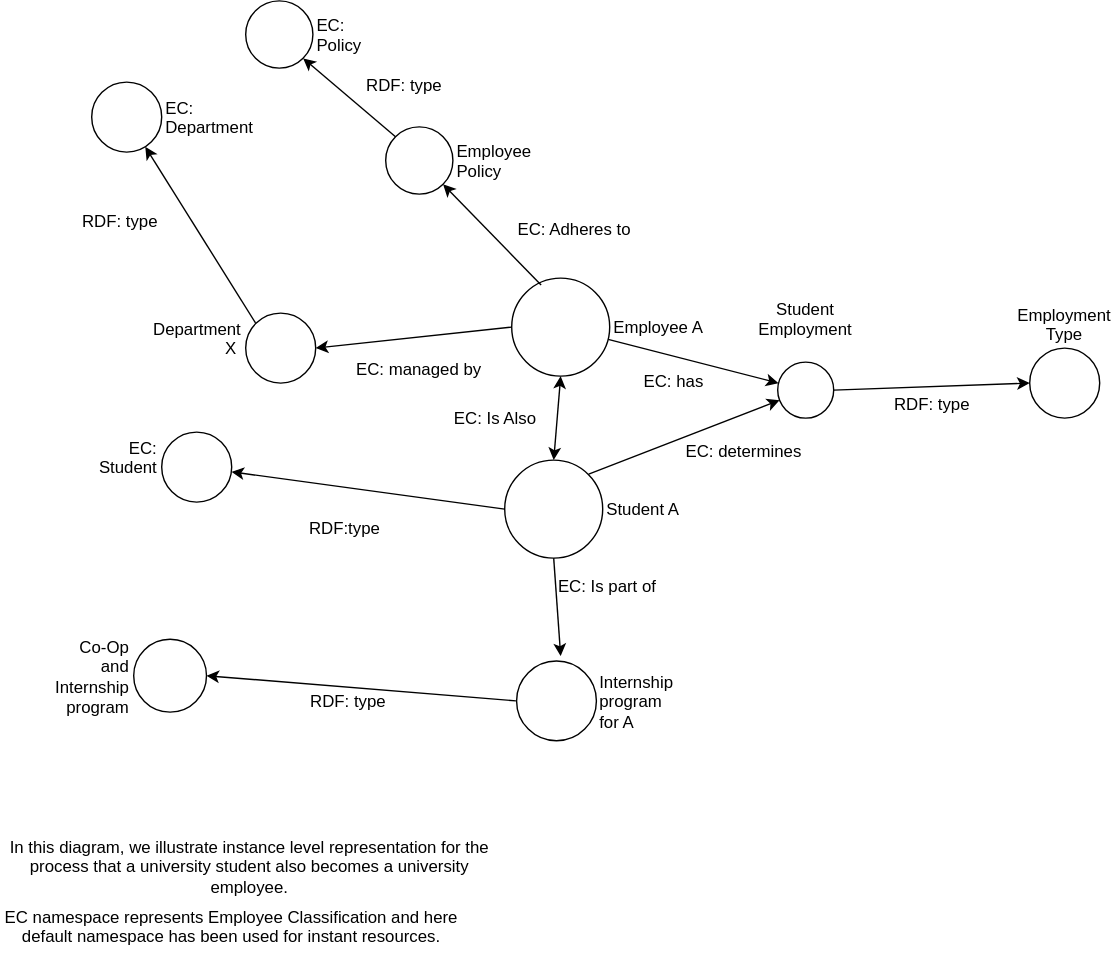
Earlier version of the draw.io export Group 3 - RDF.svg (IS561/EmploymentClassification). Source tidied: cells renumbered, new cells last; positions are measured from the earlier drawing's top-left corner, leaving out a move shared by most shapes. Its diagram source:
```xml
<mxGraphModel>
  <root>
    <mxCell id="0" />
    <mxCell id="1" parent="0" />
    <mxCell id="2" value="Employee A" style="ellipse;whiteSpace=wrap;html=1;labelPosition=right;verticalLabelPosition=middle;align=left;verticalAlign=middle;" parent="1" vertex="1">
      <mxGeometry x="365" y="198" width="70" height="70" as="geometry" />
    </mxCell>
    <mxCell id="3" style="endArrow=classic;html=1;exitX=0.295;exitY=0.067;exitDx=0;exitDy=0;exitPerimeter=0;entryX=1;entryY=1;entryDx=0;entryDy=0;" parent="1" edge="1" source="2" target="5">
      <mxGeometry relative="1" as="geometry" />
    </mxCell>
    <mxCell id="4" value="EC: Adheres to" style="text;html=1;strokeColor=none;fillColor=none;align=center;verticalAlign=middle;whiteSpace=wrap;rounded=0;rotation=0;direction=west;" parent="1" vertex="1">
      <mxGeometry x="364" y="147" width="91" height="32" as="geometry" />
    </mxCell>
    <mxCell id="5" value="Employee Policy&lt;br&gt;" style="ellipse;whiteSpace=wrap;html=1;labelPosition=right;verticalLabelPosition=middle;align=left;verticalAlign=middle;" parent="1" vertex="1">
      <mxGeometry x="275" y="90" width="48" height="48" as="geometry" />
    </mxCell>
    <mxCell id="6" value="Department X&amp;nbsp;&lt;br&gt;&lt;br&gt;" style="ellipse;whiteSpace=wrap;html=1;labelPosition=left;verticalLabelPosition=middle;align=right;verticalAlign=middle;" parent="1" vertex="1">
      <mxGeometry x="175" y="223" width="50" height="50" as="geometry" />
    </mxCell>
    <mxCell id="7" style="endArrow=classic;html=1;exitX=0;exitY=0.5;exitDx=0;exitDy=0;entryX=1;entryY=0.5;entryDx=0;entryDy=0;" parent="1" edge="1" source="2" target="6">
      <mxGeometry relative="1" as="geometry" />
    </mxCell>
    <mxCell id="8" value="EC: Department&lt;br&gt;" style="ellipse;whiteSpace=wrap;html=1;labelPosition=right;verticalLabelPosition=middle;align=left;verticalAlign=middle;rotation=0;" parent="1" vertex="1">
      <mxGeometry x="65" y="58" width="50" height="50" as="geometry" />
    </mxCell>
    <mxCell id="9" style="endArrow=classic;html=1;exitX=0;exitY=0;exitDx=0;exitDy=0;" parent="1" edge="1" source="6" target="8">
      <mxGeometry relative="1" as="geometry" />
    </mxCell>
    <mxCell id="10" value="RDF: type" style="text;html=1;strokeColor=none;fillColor=none;align=center;verticalAlign=middle;whiteSpace=wrap;rounded=0;rotation=0;" parent="1" vertex="1">
      <mxGeometry x="55" y="147" width="60" height="20" as="geometry" />
    </mxCell>
    <mxCell id="11" value="EC: managed by" style="text;html=1;strokeColor=none;fillColor=none;align=center;verticalAlign=middle;whiteSpace=wrap;rounded=0;" parent="1" vertex="1">
      <mxGeometry x="249" y="253" width="100" height="20" as="geometry" />
    </mxCell>
    <mxCell id="12" style="endArrow=classic;html=1;exitX=0;exitY=0;exitDx=0;exitDy=0;entryX=1;entryY=1;entryDx=0;entryDy=0;" parent="1" edge="1" source="5" target="13">
      <mxGeometry relative="1" as="geometry" />
    </mxCell>
    <mxCell id="13" value="EC: Policy&lt;br&gt;" style="ellipse;whiteSpace=wrap;html=1;labelPosition=right;verticalLabelPosition=middle;align=left;verticalAlign=middle;" parent="1" vertex="1">
      <mxGeometry x="175" width="48" height="48" as="geometry" />
    </mxCell>
    <mxCell id="14" value="RDF: type&lt;br&gt;" style="text;html=1;strokeColor=none;fillColor=none;align=center;verticalAlign=middle;whiteSpace=wrap;rounded=0;rotation=0;direction=west;" parent="1" vertex="1">
      <mxGeometry x="253" y="50" width="70" height="20" as="geometry" />
    </mxCell>
    <mxCell id="15" value="Student A" style="ellipse;whiteSpace=wrap;html=1;labelPosition=right;verticalLabelPosition=middle;align=left;verticalAlign=middle;" parent="1" vertex="1">
      <mxGeometry x="360" y="328" width="70" height="70" as="geometry" />
    </mxCell>
    <mxCell id="16" value="EC: Is Also&lt;br&gt;" style="text;html=1;strokeColor=none;fillColor=none;align=center;verticalAlign=middle;whiteSpace=wrap;rounded=0;rotation=0;" parent="1" vertex="1">
      <mxGeometry x="315" y="288" width="75" height="20" as="geometry" />
    </mxCell>
    <mxCell id="17" style="endArrow=classic;html=1;exitX=0;exitY=0.5;exitDx=0;exitDy=0;" parent="1" edge="1" source="15" target="18">
      <mxGeometry relative="1" as="geometry" />
    </mxCell>
    <mxCell id="18" value="EC: Student&lt;br&gt;&lt;br&gt;" style="ellipse;whiteSpace=wrap;html=1;labelPosition=left;verticalLabelPosition=middle;align=right;verticalAlign=middle;" parent="1" vertex="1">
      <mxGeometry x="115" y="308" width="50" height="50" as="geometry" />
    </mxCell>
    <mxCell id="19" value="RDF:type" style="text;html=1;strokeColor=none;fillColor=none;align=center;verticalAlign=middle;whiteSpace=wrap;rounded=0;rotation=0;" parent="1" vertex="1">
      <mxGeometry x="225" y="366" width="40" height="20" as="geometry" />
    </mxCell>
    <mxCell id="20" value="Student Employment&lt;br&gt;&lt;br&gt;" style="ellipse;whiteSpace=wrap;html=1;labelPosition=center;verticalLabelPosition=top;align=center;verticalAlign=bottom;" parent="1" vertex="1">
      <mxGeometry x="555" y="258" width="40" height="40" as="geometry" />
    </mxCell>
    <mxCell id="21" style="endArrow=classic;html=1;" parent="1" edge="1" source="2" target="20">
      <mxGeometry relative="1" as="geometry" />
    </mxCell>
    <mxCell id="22" style="endArrow=classic;html=1;exitX=1;exitY=0;exitDx=0;exitDy=0;" parent="1" edge="1" source="15" target="20">
      <mxGeometry relative="1" as="geometry" />
    </mxCell>
    <mxCell id="23" value="EC: has&lt;br&gt;&lt;br&gt;" style="text;html=1;strokeColor=none;fillColor=none;align=center;verticalAlign=middle;whiteSpace=wrap;rounded=0;rotation=0;direction=west;" parent="1" vertex="1">
      <mxGeometry x="445" y="268" width="70" height="20" as="geometry" />
    </mxCell>
    <mxCell id="24" value="Employment Type" style="ellipse;whiteSpace=wrap;html=1;labelPosition=center;verticalLabelPosition=top;align=center;verticalAlign=bottom;" parent="1" vertex="1">
      <mxGeometry x="735" y="248" width="50" height="50" as="geometry" />
    </mxCell>
    <mxCell id="25" style="endArrow=classic;html=1;exitX=1;exitY=0.5;exitDx=0;exitDy=0;entryX=0;entryY=0.5;entryDx=0;entryDy=0;" parent="1" edge="1" source="20" target="24">
      <mxGeometry relative="1" as="geometry" />
    </mxCell>
    <mxCell id="26" value="RDF: type" style="text;html=1;strokeColor=none;fillColor=none;align=center;verticalAlign=middle;whiteSpace=wrap;rounded=0;" parent="1" vertex="1">
      <mxGeometry x="635" y="278" width="60" height="20" as="geometry" />
    </mxCell>
    <mxCell id="27" style="endArrow=classic;startArrow=classic;html=1;exitX=0.5;exitY=0;exitDx=0;exitDy=0;entryX=0.5;entryY=1;entryDx=0;entryDy=0;" parent="1" edge="1" source="15" target="2">
      <mxGeometry relative="1" as="geometry" />
    </mxCell>
    <mxCell id="28" value="Internship program for A&lt;br&gt;" style="ellipse;whiteSpace=wrap;html=1;labelPosition=right;verticalLabelPosition=middle;align=left;verticalAlign=middle;" parent="1" vertex="1">
      <mxGeometry x="368" y="471" width="57" height="57" as="geometry" />
    </mxCell>
    <mxCell id="29" style="endArrow=classic;html=1;exitX=0.5;exitY=1;exitDx=0;exitDy=0;" parent="1" edge="1" source="15">
      <mxGeometry relative="1" as="geometry">
        <mxPoint x="400" y="468" as="targetPoint" />
      </mxGeometry>
    </mxCell>
    <mxCell id="30" value="EC: Is part of" style="text;html=1;strokeColor=none;fillColor=none;align=center;verticalAlign=middle;whiteSpace=wrap;rounded=0;" parent="1" vertex="1">
      <mxGeometry x="377.5" y="408" width="110" height="20" as="geometry" />
    </mxCell>
    <mxCell id="31" value="Co-Op and Internship program&lt;br&gt;" style="ellipse;whiteSpace=wrap;html=1;labelPosition=left;verticalLabelPosition=middle;align=right;verticalAlign=middle;" parent="1" vertex="1">
      <mxGeometry x="95" y="456" width="52" height="52" as="geometry" />
    </mxCell>
    <mxCell id="32" style="endArrow=classic;html=1;exitX=0;exitY=0.5;exitDx=0;exitDy=0;entryX=1;entryY=0.5;entryDx=0;entryDy=0;" parent="1" edge="1" source="28" target="31">
      <mxGeometry relative="1" as="geometry" />
    </mxCell>
    <mxCell id="33" value="RDF: type" style="text;html=1;strokeColor=none;fillColor=none;align=center;verticalAlign=middle;whiteSpace=wrap;rounded=0;" parent="1" vertex="1">
      <mxGeometry x="208" y="489.5" width="80" height="20" as="geometry" />
    </mxCell>
    <mxCell id="34" value="EC namespace represents Employee Classification and here default namespace has been used for instant resources.&lt;br&gt;&lt;br&gt;" style="text;html=1;strokeColor=none;fillColor=none;align=center;verticalAlign=middle;whiteSpace=wrap;rounded=0;" parent="1" vertex="1">
      <mxGeometry y="658" width="330" height="20" as="geometry" />
    </mxCell>
    <mxCell id="35" value="In this diagram, we illustrate instance level representation for the process that a university student also becomes a university employee.&lt;br&gt;" style="text;html=1;strokeColor=none;fillColor=none;align=center;verticalAlign=middle;whiteSpace=wrap;rounded=0;" parent="1" vertex="1">
      <mxGeometry x="2.5" y="578" width="350" height="80" as="geometry" />
    </mxCell>
    <mxCell id="36" value="EC: determines&lt;br&gt;&lt;br&gt;" style="text;html=1;strokeColor=none;fillColor=none;align=center;verticalAlign=middle;whiteSpace=wrap;rounded=0;" parent="1" vertex="1">
      <mxGeometry x="480" y="318" width="100" height="20" as="geometry" />
    </mxCell>
    <mxCell id="37" style="edgeStyle=orthogonalEdgeStyle;rounded=0;html=1;exitX=0.5;exitY=0;exitDx=0;exitDy=0;jettySize=auto;orthogonalLoop=1;" parent="1" edge="1" source="14" target="14">
      <mxGeometry relative="1" as="geometry" />
    </mxCell>
  </root>
</mxGraphModel>
```
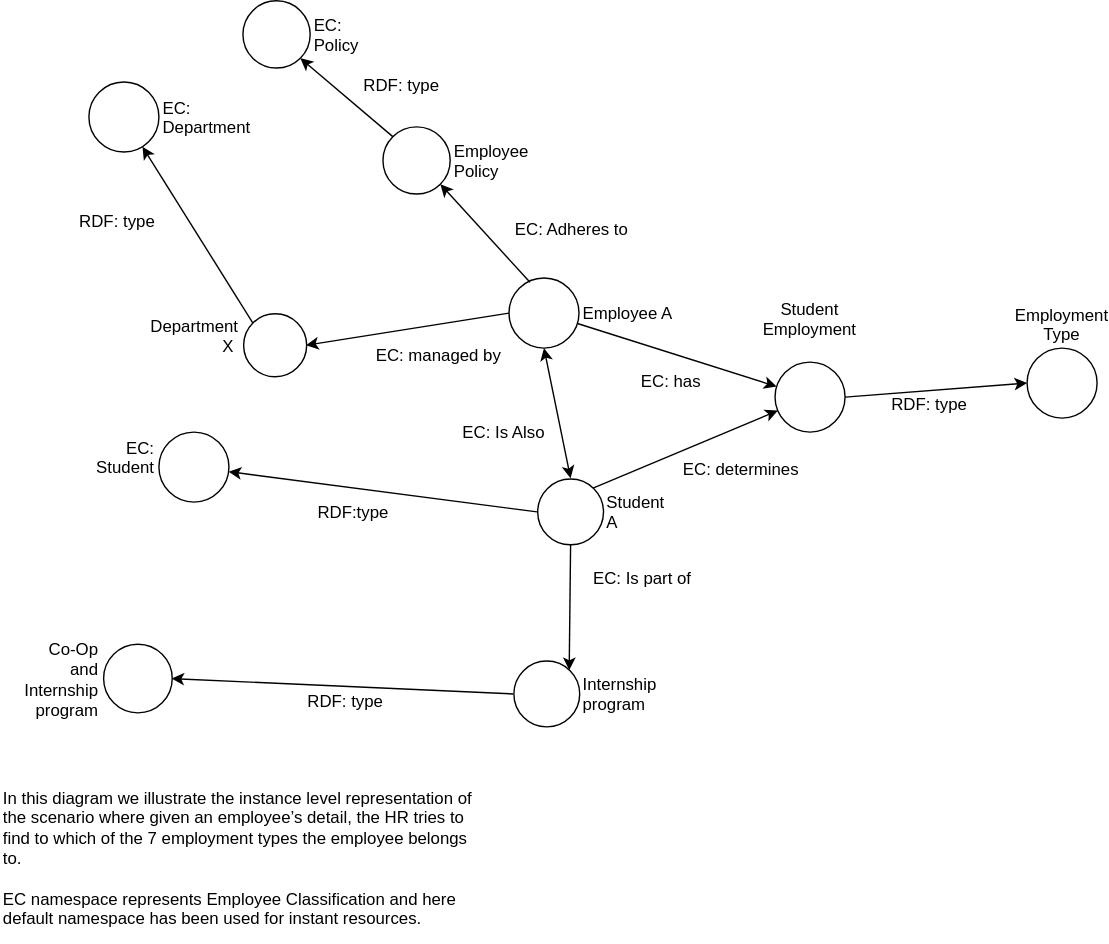
Later version of the same file.

Diff of the diagram source:
```diff
@@ -2,8 +2,8 @@
   <root>
     <mxCell id="0" />
     <mxCell id="1" parent="0" />
-    <mxCell id="2" value="Employee A" style="ellipse;whiteSpace=wrap;html=1;labelPosition=right;verticalLabelPosition=middle;align=left;verticalAlign=middle;" parent="1" vertex="1">
-      <mxGeometry x="365" y="198" width="70" height="70" as="geometry" />
+    <mxCell id="2" value="Employee A" style="ellipse;html=1;labelPosition=right;verticalLabelPosition=middle;align=left;verticalAlign=middle;" parent="1" vertex="1">
+      <mxGeometry x="365" y="198" width="50" height="50" as="geometry" />
     </mxCell>
     <mxCell id="3" style="endArrow=classic;html=1;exitX=0.295;exitY=0.067;exitDx=0;exitDy=0;exitPerimeter=0;entryX=1;entryY=1;entryDx=0;entryDy=0;" parent="1" edge="1" source="2" target="5">
       <mxGeometry relative="1" as="geometry" />
@@ -15,7 +15,7 @@
       <mxGeometry x="275" y="90" width="48" height="48" as="geometry" />
     </mxCell>
     <mxCell id="6" value="Department X&amp;nbsp;&lt;br&gt;&lt;br&gt;" style="ellipse;whiteSpace=wrap;html=1;labelPosition=left;verticalLabelPosition=middle;align=right;verticalAlign=middle;" parent="1" vertex="1">
-      <mxGeometry x="175" y="223" width="50" height="50" as="geometry" />
+      <mxGeometry x="175" y="223" width="45" height="45" as="geometry" />
     </mxCell>
     <mxCell id="7" style="endArrow=classic;html=1;exitX=0;exitY=0.5;exitDx=0;exitDy=0;entryX=1;entryY=0.5;entryDx=0;entryDy=0;" parent="1" edge="1" source="2" target="6">
       <mxGeometry relative="1" as="geometry" />
@@ -30,7 +30,7 @@
       <mxGeometry x="55" y="147" width="60" height="20" as="geometry" />
     </mxCell>
     <mxCell id="11" value="EC: managed by" style="text;html=1;strokeColor=none;fillColor=none;align=center;verticalAlign=middle;whiteSpace=wrap;rounded=0;" parent="1" vertex="1">
-      <mxGeometry x="249" y="253" width="100" height="20" as="geometry" />
+      <mxGeometry x="265" y="243" width="100" height="20" as="geometry" />
     </mxCell>
     <mxCell id="12" style="endArrow=classic;html=1;exitX=0;exitY=0;exitDx=0;exitDy=0;entryX=1;entryY=1;entryDx=0;entryDy=0;" parent="1" edge="1" source="5" target="13">
       <mxGeometry relative="1" as="geometry" />
@@ -42,10 +42,10 @@
       <mxGeometry x="253" y="50" width="70" height="20" as="geometry" />
     </mxCell>
     <mxCell id="15" value="Student A" style="ellipse;whiteSpace=wrap;html=1;labelPosition=right;verticalLabelPosition=middle;align=left;verticalAlign=middle;" parent="1" vertex="1">
-      <mxGeometry x="360" y="328" width="70" height="70" as="geometry" />
+      <mxGeometry x="385" y="341" width="47" height="47" as="geometry" />
     </mxCell>
     <mxCell id="16" value="EC: Is Also&lt;br&gt;" style="text;html=1;strokeColor=none;fillColor=none;align=center;verticalAlign=middle;whiteSpace=wrap;rounded=0;rotation=0;" parent="1" vertex="1">
-      <mxGeometry x="315" y="288" width="75" height="20" as="geometry" />
+      <mxGeometry x="322.5" y="298" width="75" height="20" as="geometry" />
     </mxCell>
     <mxCell id="17" style="endArrow=classic;html=1;exitX=0;exitY=0.5;exitDx=0;exitDy=0;" parent="1" edge="1" source="15" target="18">
       <mxGeometry relative="1" as="geometry" />
@@ -54,10 +54,10 @@
       <mxGeometry x="115" y="308" width="50" height="50" as="geometry" />
     </mxCell>
     <mxCell id="19" value="RDF:type" style="text;html=1;strokeColor=none;fillColor=none;align=center;verticalAlign=middle;whiteSpace=wrap;rounded=0;rotation=0;" parent="1" vertex="1">
-      <mxGeometry x="225" y="366" width="40" height="20" as="geometry" />
+      <mxGeometry x="233" y="354.5" width="40" height="20" as="geometry" />
     </mxCell>
     <mxCell id="20" value="Student Employment&lt;br&gt;&lt;br&gt;" style="ellipse;whiteSpace=wrap;html=1;labelPosition=center;verticalLabelPosition=top;align=center;verticalAlign=bottom;" parent="1" vertex="1">
-      <mxGeometry x="555" y="258" width="40" height="40" as="geometry" />
+      <mxGeometry x="555" y="258" width="50" height="50" as="geometry" />
     </mxCell>
     <mxCell id="21" style="endArrow=classic;html=1;" parent="1" edge="1" source="2" target="20">
       <mxGeometry relative="1" as="geometry" />
@@ -80,19 +80,17 @@
     <mxCell id="27" style="endArrow=classic;startArrow=classic;html=1;exitX=0.5;exitY=0;exitDx=0;exitDy=0;entryX=0.5;entryY=1;entryDx=0;entryDy=0;" parent="1" edge="1" source="15" target="2">
       <mxGeometry relative="1" as="geometry" />
     </mxCell>
-    <mxCell id="28" value="Internship program for A&lt;br&gt;" style="ellipse;whiteSpace=wrap;html=1;labelPosition=right;verticalLabelPosition=middle;align=left;verticalAlign=middle;" parent="1" vertex="1">
-      <mxGeometry x="368" y="471" width="57" height="57" as="geometry" />
+    <mxCell id="28" value="Internship program&lt;br&gt;" style="ellipse;whiteSpace=wrap;html=1;labelPosition=right;verticalLabelPosition=middle;align=left;verticalAlign=middle;" parent="1" vertex="1">
+      <mxGeometry x="368" y="471" width="47" height="47" as="geometry" />
     </mxCell>
-    <mxCell id="29" style="endArrow=classic;html=1;exitX=0.5;exitY=1;exitDx=0;exitDy=0;" parent="1" edge="1" source="15">
-      <mxGeometry relative="1" as="geometry">
-        <mxPoint x="400" y="468" as="targetPoint" />
-      </mxGeometry>
+    <mxCell id="29" style="endArrow=classic;html=1;exitX=0.5;exitY=1;exitDx=0;exitDy=0;entryX=1;entryY=0;entryDx=0;entryDy=0;" parent="1" edge="1" source="15" target="28">
+      <mxGeometry relative="1" as="geometry" />
     </mxCell>
     <mxCell id="30" value="EC: Is part of" style="text;html=1;strokeColor=none;fillColor=none;align=center;verticalAlign=middle;whiteSpace=wrap;rounded=0;" parent="1" vertex="1">
-      <mxGeometry x="377.5" y="408" width="110" height="20" as="geometry" />
+      <mxGeometry x="405" y="401.5" width="110" height="20" as="geometry" />
     </mxCell>
     <mxCell id="31" value="Co-Op and Internship program&lt;br&gt;" style="ellipse;whiteSpace=wrap;html=1;labelPosition=left;verticalLabelPosition=middle;align=right;verticalAlign=middle;" parent="1" vertex="1">
-      <mxGeometry x="95" y="456" width="52" height="52" as="geometry" />
+      <mxGeometry x="75" y="459" width="49" height="49" as="geometry" />
     </mxCell>
     <mxCell id="32" style="endArrow=classic;html=1;exitX=0;exitY=0.5;exitDx=0;exitDy=0;entryX=1;entryY=0.5;entryDx=0;entryDy=0;" parent="1" edge="1" source="28" target="31">
       <mxGeometry relative="1" as="geometry" />
@@ -100,14 +98,11 @@
     <mxCell id="33" value="RDF: type" style="text;html=1;strokeColor=none;fillColor=none;align=center;verticalAlign=middle;whiteSpace=wrap;rounded=0;" parent="1" vertex="1">
       <mxGeometry x="208" y="489.5" width="80" height="20" as="geometry" />
     </mxCell>
-    <mxCell id="34" value="EC namespace represents Employee Classification and here default namespace has been used for instant resources.&lt;br&gt;&lt;br&gt;" style="text;html=1;strokeColor=none;fillColor=none;align=center;verticalAlign=middle;whiteSpace=wrap;rounded=0;" parent="1" vertex="1">
-      <mxGeometry y="658" width="330" height="20" as="geometry" />
-    </mxCell>
-    <mxCell id="35" value="In this diagram, we illustrate instance level representation for the process that a university student also becomes a university employee.&lt;br&gt;" style="text;html=1;strokeColor=none;fillColor=none;align=center;verticalAlign=middle;whiteSpace=wrap;rounded=0;" parent="1" vertex="1">
+    <mxCell id="35" value="&lt;div style=&quot;text-align: left&quot;&gt;&lt;span&gt;In this diagram we illustrate the instance level representation of the scenario where given an employee’s detail, the HR tries to find to which of the 7 employment types the employee belongs to.&lt;/span&gt;&lt;/div&gt;&lt;div style=&quot;text-align: left&quot;&gt;&lt;span&gt;&lt;br&gt;&lt;/span&gt;&lt;/div&gt;&lt;div style=&quot;text-align: left&quot;&gt;&lt;div&gt;EC namespace represents Employee Classification and here default namespace has been used for instant resources.&lt;/div&gt;&lt;div&gt;&lt;br&gt;&lt;/div&gt;&lt;/div&gt;" style="text;html=1;strokeColor=none;fillColor=none;align=center;verticalAlign=middle;whiteSpace=wrap;rounded=0;" parent="1" vertex="1">
       <mxGeometry x="2.5" y="578" width="350" height="80" as="geometry" />
     </mxCell>
     <mxCell id="36" value="EC: determines&lt;br&gt;&lt;br&gt;" style="text;html=1;strokeColor=none;fillColor=none;align=center;verticalAlign=middle;whiteSpace=wrap;rounded=0;" parent="1" vertex="1">
-      <mxGeometry x="480" y="318" width="100" height="20" as="geometry" />
+      <mxGeometry x="480" y="331" width="100" height="20" as="geometry" />
     </mxCell>
     <mxCell id="37" style="edgeStyle=orthogonalEdgeStyle;rounded=0;html=1;exitX=0.5;exitY=0;exitDx=0;exitDy=0;jettySize=auto;orthogonalLoop=1;" parent="1" edge="1" source="14" target="14">
       <mxGeometry relative="1" as="geometry" />
```
